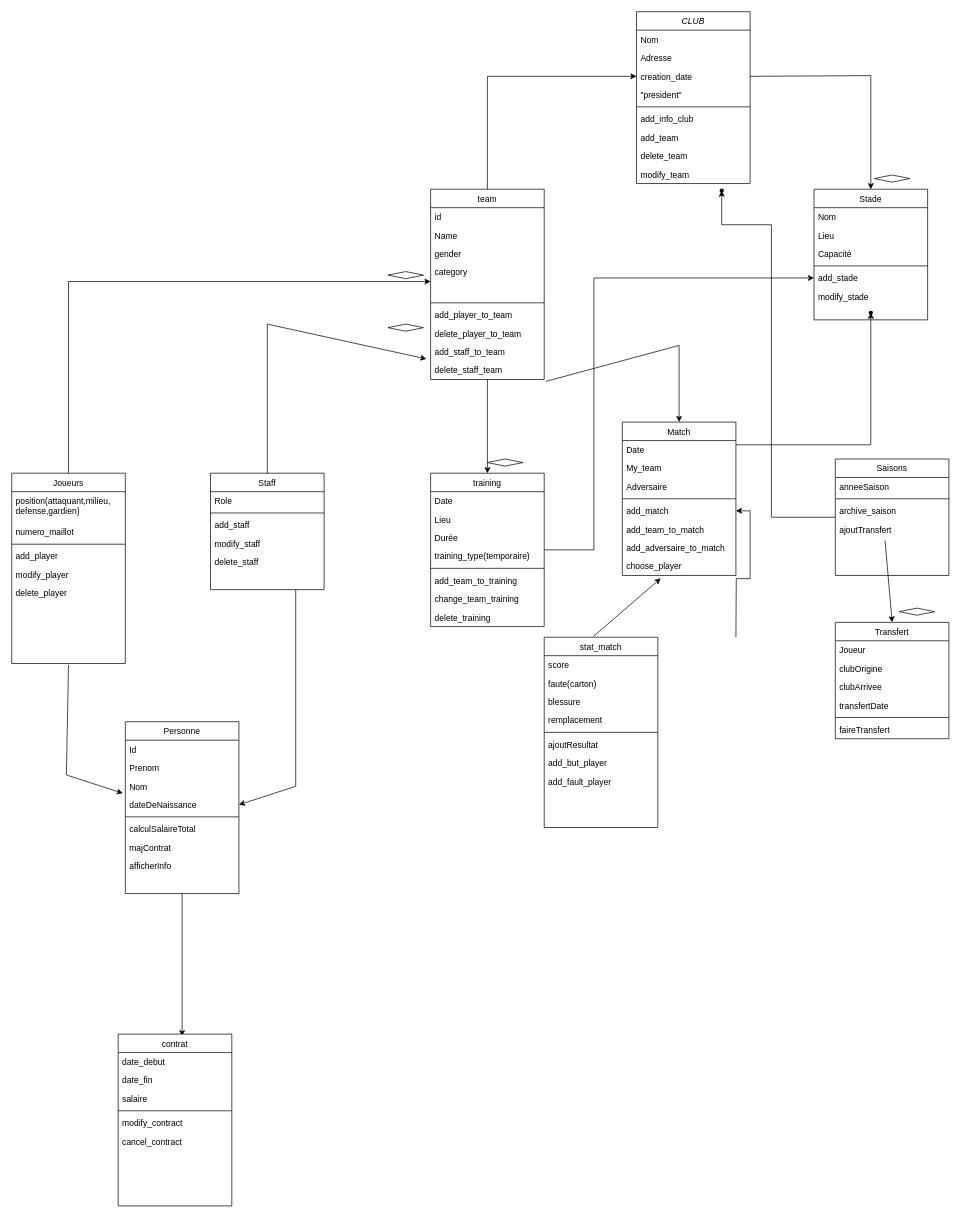
This is Modélisation/Classe projet V2.drawio from Melonpaan/Projet-Club-Sportif, a draw.io file, before an edit. Source tidied: cells renumbered, new cells numbered last; positions are measured from the earlier drawing's top-left corner, leaving out a move shared by most shapes. Both pictures are drawn from the tidied source at 71%, with x=0, y=0 at pixel (11, 11).
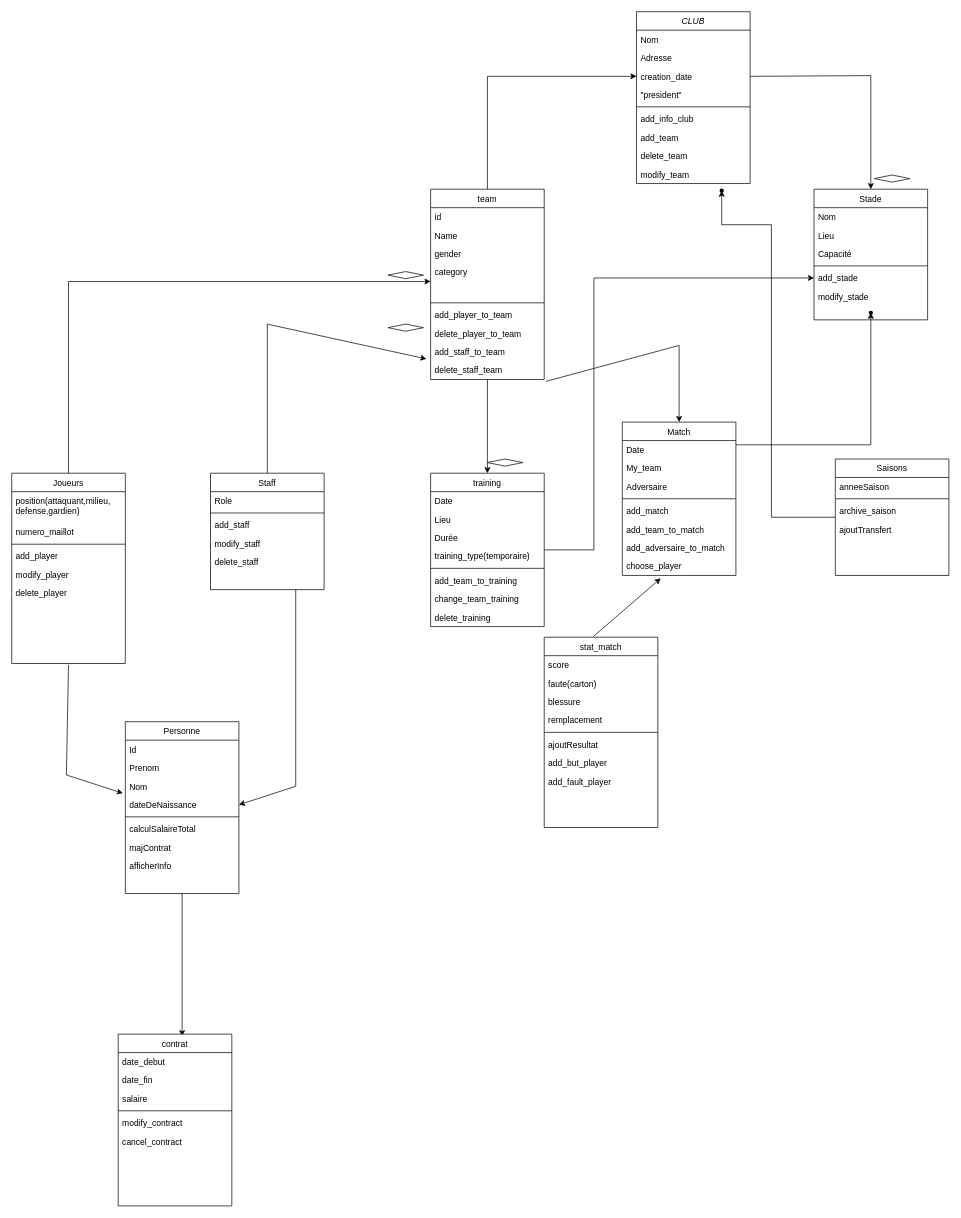
After the change.

Unchanged cells that the change refers to:
```xml
<mxCell id="50" value="add_match" style="text;align=left;verticalAlign=top;spacingLeft=4;spacingRight=4;overflow=hidden;points=[[0,0.5],[1,0.5]];portConstraint=eastwest;fontStyle=0;" parent="45" vertex="1">
  <mxGeometry y="112" width="160" height="26" as="geometry" />
</mxCell>
<mxCell id="96" value="ajoutTransfert" style="text;align=left;verticalAlign=top;spacingLeft=4;spacingRight=4;overflow=hidden;points=[[0,0.5],[1,0.5]];portConstraint=eastwest;fontStyle=0;" parent="92" vertex="1">
  <mxGeometry y="86" width="160" height="26" as="geometry" />
</mxCell>
```

Diff of the diagram source:
```diff
@@
-    <mxCell id="97" value="Transfert" style="swimlane;fontStyle=0;align=center;verticalAlign=top;horizontal=1;startSize=26;rounded=0;shadow=0;strokeWidth=1;" parent="1" vertex="1">
-      <mxGeometry x="1160" y="860" width="160" height="164" as="geometry" />
-    </mxCell>
-    <mxCell id="98" value="Joueur" style="text;align=left;verticalAlign=top;spacingLeft=4;spacingRight=4;overflow=hidden;" parent="97" vertex="1">
-      <mxGeometry y="26" width="160" height="26" as="geometry" />
-    </mxCell>
-    <mxCell id="99" value="clubOrigine" style="text;align=left;verticalAlign=top;spacingLeft=4;spacingRight=4;overflow=hidden;rounded=0;shadow=0;html=0;" parent="97" vertex="1">
-      <mxGeometry y="52" width="160" height="26" as="geometry" />
-    </mxCell>
-    <mxCell id="100" value="clubArrivee" style="text;align=left;verticalAlign=top;spacingLeft=4;spacingRight=4;overflow=hidden;rounded=0;shadow=0;html=0;" parent="97" vertex="1">
-      <mxGeometry y="78" width="160" height="26" as="geometry" />
-    </mxCell>
-    <mxCell id="101" value="transfertDate" style="text;align=left;verticalAlign=top;spacingLeft=4;spacingRight=4;overflow=hidden;rounded=0;shadow=0;html=0;" parent="97" vertex="1">
-      <mxGeometry y="104" width="160" height="26" as="geometry" />
-    </mxCell>
-    <mxCell id="102" style="line;html=1;strokeWidth=1;align=left;verticalAlign=middle;spacingTop=-1;spacingLeft=3;spacingRight=3;labelPosition=right;" parent="97" vertex="1">
-      <mxGeometry y="130" width="160" height="8" as="geometry" />
-    </mxCell>
-    <mxCell id="103" value="faireTransfert" style="text;align=left;verticalAlign=top;spacingLeft=4;spacingRight=4;overflow=hidden;fontStyle=0;" parent="97" vertex="1">
-      <mxGeometry y="138" width="160" height="26" as="geometry" />
-    </mxCell>
@@
-    <mxCell id="105" style="endArrow=classic;html=1;rounded=0;entryX=0.5;entryY=0;entryDx=0;entryDy=0;exitX=0.438;exitY=1.106;exitDx=0;exitDy=0;exitPerimeter=0;" parent="1" edge="1" source="96" target="97">
-      <mxGeometry relative="1" as="geometry" />
-    </mxCell>
@@
-    <mxCell id="108" style="rhombus;whiteSpace=wrap;html=1;" parent="1" vertex="1">
-      <mxGeometry x="1250" y="840" width="50" height="10" as="geometry" />
-    </mxCell>
@@
-    <mxCell id="119" style="edgeStyle=orthogonalEdgeStyle;rounded=0;jettySize=auto;html=1;" parent="1" edge="1" target="50">
-      <mxGeometry relative="1" as="geometry">
-        <mxPoint x="1020" y="881" as="sourcePoint" />
-      </mxGeometry>
-    </mxCell>
```
